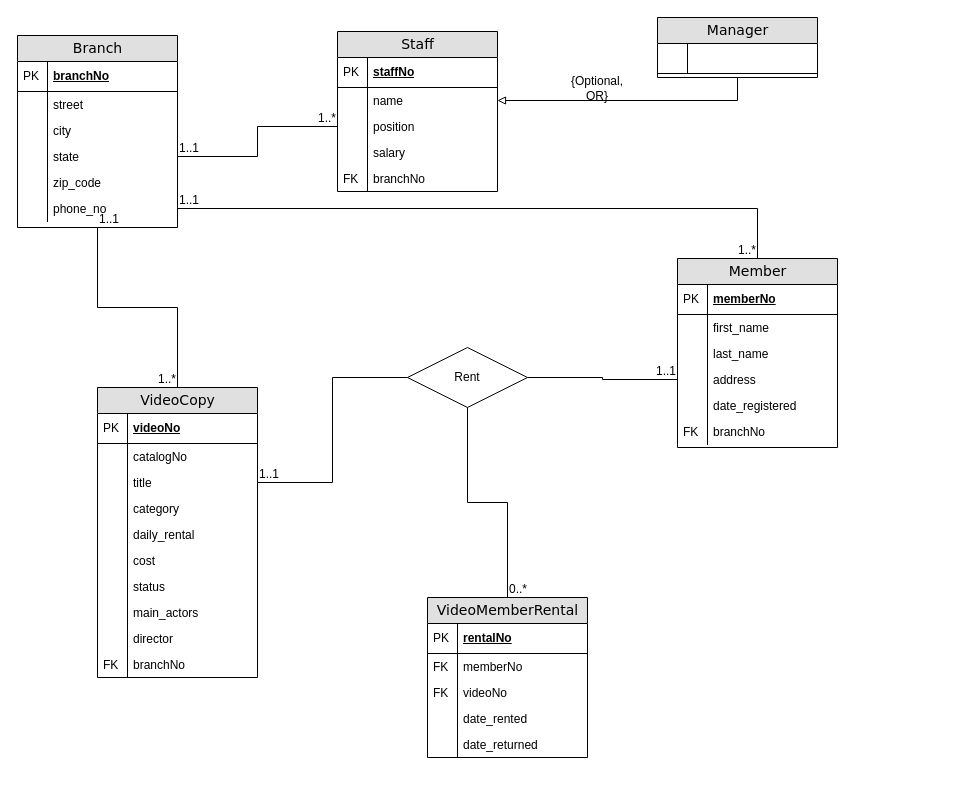
Before: 6623_phase1.drawio in jilv220/UMLs, a draw.io diagram. Source tidied: cells renumbered, new cells numbered last; positions are measured from the earlier drawing's top-left corner, leaving out a move shared by most shapes. Both pictures are drawn from the tidied source at 100%, with x=0, y=0 at pixel (17, 17).
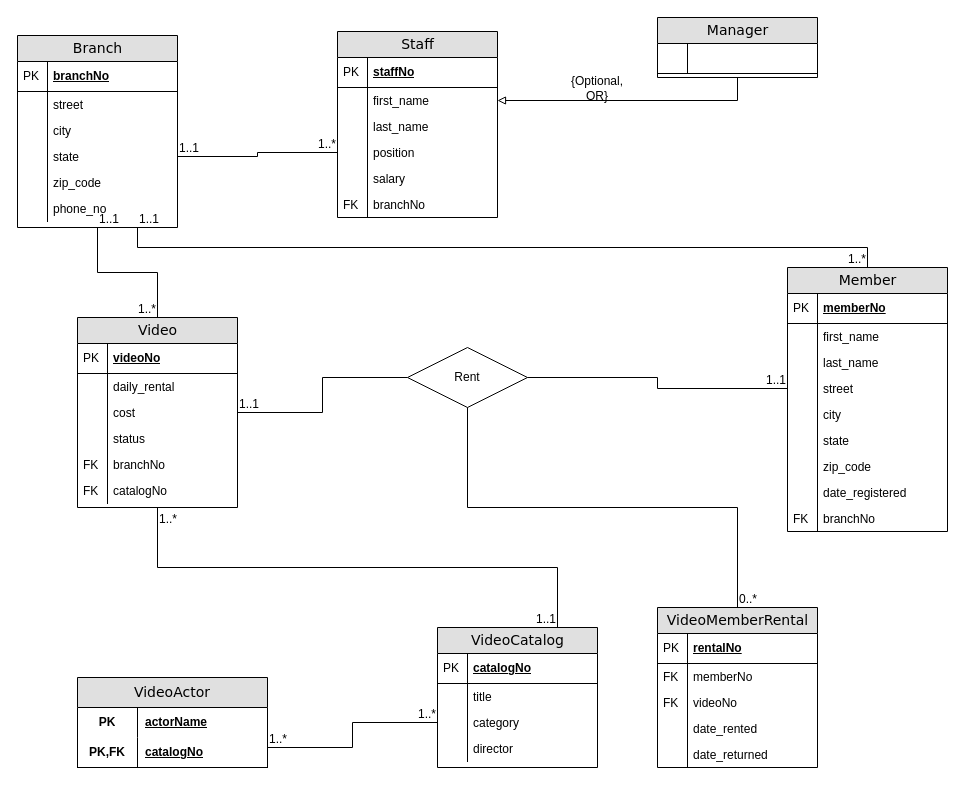
Above is the later version.

The change refers to these unchanged cells:
```xml
<mxCell id="2" value="Branch" style="swimlane;html=1;fontStyle=0;horizontal=1;startSize=26;fillColor=#e0e0e0;swimlaneFillColor=#ffffff;align=center;rounded=0;shadow=0;comic=0;labelBackgroundColor=none;strokeWidth=1;fontFamily=Verdana;fontSize=14;" parent="1" vertex="1">
  <mxGeometry y="18" width="160" height="192" as="geometry" />
</mxCell>
<mxCell id="13" value="phone_no" style="shape=partialRectangle;top=0;left=0;right=0;bottom=0;html=1;align=left;verticalAlign=top;fillColor=none;spacingLeft=34;spacingRight=4;whiteSpace=wrap;overflow=hidden;points=[[0,0.5],[1,0.5]];portConstraint=eastwest;" parent="2" vertex="1">
  <mxGeometry y="160" width="160" height="26" as="geometry" />
</mxCell>
<mxCell id="80" value="Rent" style="shape=rhombus;perimeter=rhombusPerimeter;whiteSpace=wrap;html=1;align=center;" parent="1" vertex="1">
  <mxGeometry x="390" y="330" width="120" height="60" as="geometry" />
</mxCell>
```

What changed in the source:
```diff
@@
     <mxCell id="15" value="Staff" style="swimlane;html=1;fontStyle=0;horizontal=1;startSize=26;fillColor=#e0e0e0;swimlaneFillColor=#ffffff;align=center;rounded=0;shadow=0;comic=0;labelBackgroundColor=none;strokeWidth=1;fontFamily=Verdana;fontSize=14;" parent="1" vertex="1">
-      <mxGeometry x="320" y="14" width="160" height="160" as="geometry" />
+      <mxGeometry x="320" y="14" width="160" height="186" as="geometry" />
     </mxCell>
@@
-    <mxCell id="18" value="name" style="shape=partialRectangle;top=0;left=0;right=0;bottom=0;html=1;align=left;verticalAlign=top;fillColor=none;spacingLeft=34;spacingRight=4;whiteSpace=wrap;overflow=hidden;points=[[0,0.5],[1,0.5]];portConstraint=eastwest;" parent="15" vertex="1">
+    <mxCell id="18" value="first_name" style="shape=partialRectangle;top=0;left=0;right=0;bottom=0;html=1;align=left;verticalAlign=top;fillColor=none;spacingLeft=34;spacingRight=4;whiteSpace=wrap;overflow=hidden;points=[[0,0.5],[1,0.5]];portConstraint=eastwest;" parent="15" vertex="1">
       <mxGeometry y="56" width="160" height="26" as="geometry" />
     </mxCell>
@@
+    <mxCell id="24" value="last_name" style="shape=partialRectangle;top=0;left=0;right=0;bottom=0;html=1;align=left;verticalAlign=top;fillColor=none;spacingLeft=34;spacingRight=4;whiteSpace=wrap;overflow=hidden;" parent="15" vertex="1">
+      <mxGeometry y="82" width="160" height="26" as="geometry" />
+    </mxCell>
+    <mxCell id="25" style="shape=partialRectangle;top=0;left=0;bottom=0;html=1;fillColor=none;align=left;verticalAlign=top;spacingLeft=4;spacingRight=4;whiteSpace=wrap;overflow=hidden;" parent="24" vertex="1">
+      <mxGeometry width="30" height="26" as="geometry" />
+    </mxCell>
     <mxCell id="20" value="position" style="shape=partialRectangle;top=0;left=0;right=0;bottom=0;html=1;align=left;verticalAlign=top;fillColor=none;spacingLeft=34;spacingRight=4;whiteSpace=wrap;overflow=hidden;points=[[0,0.5],[1,0.5]];portConstraint=eastwest;" parent="15" vertex="1">
-      <mxGeometry y="82" width="160" height="26" as="geometry" />
+      <mxGeometry y="108" width="160" height="26" as="geometry" />
     </mxCell>
@@
     <mxCell id="22" value="salary" style="shape=partialRectangle;top=0;left=0;right=0;bottom=0;html=1;align=left;verticalAlign=top;fillColor=none;spacingLeft=34;spacingRight=4;whiteSpace=wrap;overflow=hidden;" parent="15" vertex="1">
-      <mxGeometry y="108" width="160" height="26" as="geometry" />
+      <mxGeometry y="134" width="160" height="26" as="geometry" />
     </mxCell>
@@
-    <mxCell id="24" value="branchNo" style="shape=partialRectangle;top=0;left=0;right=0;bottom=0;html=1;align=left;verticalAlign=top;fillColor=none;spacingLeft=34;spacingRight=4;whiteSpace=wrap;overflow=hidden;" parent="15" vertex="1">
-      <mxGeometry y="134" width="160" height="26" as="geometry" />
-    </mxCell>
-    <mxCell id="25" value="FK" style="shape=partialRectangle;top=0;left=0;bottom=0;html=1;fillColor=none;align=left;verticalAlign=top;spacingLeft=4;spacingRight=4;whiteSpace=wrap;overflow=hidden;" parent="24" vertex="1">
-      <mxGeometry width="30" height="26" as="geometry" />
-    </mxCell>
+    <mxCell id="96" value="branchNo" style="shape=partialRectangle;top=0;left=0;right=0;bottom=0;html=1;align=left;verticalAlign=top;fillColor=none;spacingLeft=34;spacingRight=4;whiteSpace=wrap;overflow=hidden;" parent="15" vertex="1">
+      <mxGeometry y="160" width="160" height="26" as="geometry" />
+    </mxCell>
+    <mxCell id="97" value="FK" style="shape=partialRectangle;top=0;left=0;bottom=0;html=1;fillColor=none;align=left;verticalAlign=top;spacingLeft=4;spacingRight=4;whiteSpace=wrap;overflow=hidden;" parent="96" vertex="1">
+      <mxGeometry width="30" height="26" as="geometry" />
+    </mxCell>
@@
     <mxCell id="29" value="Member" style="swimlane;html=1;fontStyle=0;horizontal=1;startSize=26;fillColor=#e0e0e0;swimlaneFillColor=#ffffff;align=center;rounded=0;shadow=0;comic=0;labelBackgroundColor=none;strokeWidth=1;fontFamily=Verdana;fontSize=14;" parent="1" vertex="1">
-      <mxGeometry x="660" y="241" width="160" height="189" as="geometry" />
+      <mxGeometry x="770" y="250" width="160" height="264" as="geometry" />
     </mxCell>
@@
-    <mxCell id="36" value="address" style="shape=partialRectangle;top=0;left=0;right=0;bottom=0;html=1;align=left;verticalAlign=top;fillColor=none;spacingLeft=34;spacingRight=4;whiteSpace=wrap;overflow=hidden;points=[[0,0.5],[1,0.5]];portConstraint=eastwest;" parent="29" vertex="1">
+    <mxCell id="36" value="street" style="shape=partialRectangle;top=0;left=0;right=0;bottom=0;html=1;align=left;verticalAlign=top;fillColor=none;spacingLeft=34;spacingRight=4;whiteSpace=wrap;overflow=hidden;points=[[0,0.5],[1,0.5]];portConstraint=eastwest;" parent="29" vertex="1">
       <mxGeometry y="108" width="160" height="26" as="geometry" />
     </mxCell>
@@
+    <mxCell id="98" value="city" style="shape=partialRectangle;top=0;left=0;right=0;bottom=0;html=1;align=left;verticalAlign=top;fillColor=none;spacingLeft=34;spacingRight=4;whiteSpace=wrap;overflow=hidden;" parent="29" vertex="1">
+      <mxGeometry y="134" width="160" height="26" as="geometry" />
+    </mxCell>
+    <mxCell id="99" style="shape=partialRectangle;top=0;left=0;bottom=0;html=1;fillColor=none;align=left;verticalAlign=top;spacingLeft=4;spacingRight=4;whiteSpace=wrap;overflow=hidden;" parent="98" vertex="1">
+      <mxGeometry width="30" height="26" as="geometry" />
+    </mxCell>
+    <mxCell id="100" value="state" style="shape=partialRectangle;top=0;left=0;right=0;bottom=0;html=1;align=left;verticalAlign=top;fillColor=none;spacingLeft=34;spacingRight=4;whiteSpace=wrap;overflow=hidden;" parent="29" vertex="1">
+      <mxGeometry y="160" width="160" height="26" as="geometry" />
+    </mxCell>
+    <mxCell id="101" style="shape=partialRectangle;top=0;left=0;bottom=0;html=1;fillColor=none;align=left;verticalAlign=top;spacingLeft=4;spacingRight=4;whiteSpace=wrap;overflow=hidden;" parent="100" vertex="1">
+      <mxGeometry width="30" height="26" as="geometry" />
+    </mxCell>
+    <mxCell id="102" value="zip_code" style="shape=partialRectangle;top=0;left=0;right=0;bottom=0;html=1;align=left;verticalAlign=top;fillColor=none;spacingLeft=34;spacingRight=4;whiteSpace=wrap;overflow=hidden;" parent="29" vertex="1">
+      <mxGeometry y="186" width="160" height="26" as="geometry" />
+    </mxCell>
+    <mxCell id="103" style="shape=partialRectangle;top=0;left=0;bottom=0;html=1;fillColor=none;align=left;verticalAlign=top;spacingLeft=4;spacingRight=4;whiteSpace=wrap;overflow=hidden;" parent="102" vertex="1">
+      <mxGeometry width="30" height="26" as="geometry" />
+    </mxCell>
     <mxCell id="38" value="date_registered" style="shape=partialRectangle;top=0;left=0;right=0;bottom=0;html=1;align=left;verticalAlign=top;fillColor=none;spacingLeft=34;spacingRight=4;whiteSpace=wrap;overflow=hidden;" parent="29" vertex="1">
-      <mxGeometry y="134" width="160" height="26" as="geometry" />
+      <mxGeometry y="212" width="160" height="26" as="geometry" />
     </mxCell>
@@
     <mxCell id="40" value="branchNo" style="shape=partialRectangle;top=0;left=0;right=0;bottom=0;html=1;align=left;verticalAlign=top;fillColor=none;spacingLeft=34;spacingRight=4;whiteSpace=wrap;overflow=hidden;" parent="29" vertex="1">
-      <mxGeometry y="160" width="160" height="26" as="geometry" />
+      <mxGeometry y="238" width="160" height="26" as="geometry" />
     </mxCell>
@@
-    <mxCell id="42" style="endArrow=none;html=1;rounded=0;exitX=1;exitY=0.5;exitDx=0;exitDy=0;entryX=0.5;entryY=0;entryDx=0;entryDy=0;edgeStyle=orthogonalEdgeStyle;" parent="1" edge="1" source="13" target="29">
+    <mxCell id="42" style="endArrow=none;html=1;rounded=0;exitX=0.75;exitY=1;exitDx=0;exitDy=0;entryX=0.5;entryY=0;entryDx=0;entryDy=0;edgeStyle=orthogonalEdgeStyle;" parent="1" edge="1" source="2" target="29">
       <mxGeometry relative="1" as="geometry" />
     </mxCell>
@@
-    <mxCell id="45" value="VideoCopy" style="swimlane;html=1;fontStyle=0;horizontal=1;startSize=26;fillColor=#e0e0e0;swimlaneFillColor=#ffffff;align=center;rounded=0;shadow=0;comic=0;labelBackgroundColor=none;strokeWidth=1;fontFamily=Verdana;fontSize=14;" parent="1" vertex="1">
-      <mxGeometry x="80" y="370" width="160" height="290" as="geometry" />
+    <mxCell id="45" value="Video" style="swimlane;html=1;fontStyle=0;horizontal=1;startSize=26;fillColor=#e0e0e0;swimlaneFillColor=#ffffff;align=center;rounded=0;shadow=0;comic=0;labelBackgroundColor=none;strokeWidth=1;fontFamily=Verdana;fontSize=14;" parent="1" vertex="1">
+      <mxGeometry x="60" y="300" width="160" height="190" as="geometry" />
     </mxCell>
@@
-    <mxCell id="48" value="catalogNo" style="shape=partialRectangle;top=0;left=0;right=0;bottom=0;html=1;align=left;verticalAlign=top;fillColor=none;spacingLeft=34;spacingRight=4;whiteSpace=wrap;overflow=hidden;" parent="45" vertex="1">
-      <mxGeometry y="56" width="160" height="26" as="geometry" />
-    </mxCell>
-    <mxCell id="49" style="shape=partialRectangle;top=0;left=0;bottom=0;html=1;fillColor=none;align=left;verticalAlign=top;spacingLeft=4;spacingRight=4;whiteSpace=wrap;overflow=hidden;" parent="48" vertex="1">
-      <mxGeometry width="30" height="26" as="geometry" />
-    </mxCell>
-    <mxCell id="50" value="title" style="shape=partialRectangle;top=0;left=0;right=0;bottom=0;html=1;align=left;verticalAlign=top;fillColor=none;spacingLeft=34;spacingRight=4;whiteSpace=wrap;overflow=hidden;points=[[0,0.5],[1,0.5]];portConstraint=eastwest;" parent="45" vertex="1">
-      <mxGeometry y="82" width="160" height="26" as="geometry" />
-    </mxCell>
-    <mxCell id="51" style="shape=partialRectangle;top=0;left=0;bottom=0;html=1;fillColor=none;align=left;verticalAlign=top;spacingLeft=4;spacingRight=4;whiteSpace=wrap;overflow=hidden;" parent="50" vertex="1">
-      <mxGeometry width="30" height="26" as="geometry" />
-    </mxCell>
-    <mxCell id="52" value="category" style="shape=partialRectangle;top=0;left=0;right=0;bottom=0;html=1;align=left;verticalAlign=top;fillColor=none;spacingLeft=34;spacingRight=4;whiteSpace=wrap;overflow=hidden;points=[[0,0.5],[1,0.5]];portConstraint=eastwest;" parent="45" vertex="1">
-      <mxGeometry y="108" width="160" height="26" as="geometry" />
-    </mxCell>
-    <mxCell id="53" style="shape=partialRectangle;top=0;left=0;bottom=0;html=1;fillColor=none;align=left;verticalAlign=top;spacingLeft=4;spacingRight=4;whiteSpace=wrap;overflow=hidden;" parent="52" vertex="1">
-      <mxGeometry width="30" height="26" as="geometry" />
-    </mxCell>
     <mxCell id="54" value="daily_rental" style="shape=partialRectangle;top=0;left=0;right=0;bottom=0;html=1;align=left;verticalAlign=top;fillColor=none;spacingLeft=34;spacingRight=4;whiteSpace=wrap;overflow=hidden;" parent="45" vertex="1">
-      <mxGeometry y="134" width="160" height="26" as="geometry" />
+      <mxGeometry y="56" width="160" height="26" as="geometry" />
     </mxCell>
@@
     <mxCell id="56" value="cost" style="shape=partialRectangle;top=0;left=0;right=0;bottom=0;html=1;align=left;verticalAlign=top;fillColor=none;spacingLeft=34;spacingRight=4;whiteSpace=wrap;overflow=hidden;points=[[0,0.5],[1,0.5]];portConstraint=eastwest;" parent="45" vertex="1">
-      <mxGeometry y="160" width="160" height="26" as="geometry" />
+      <mxGeometry y="82" width="160" height="26" as="geometry" />
     </mxCell>
@@
     <mxCell id="58" value="status" style="shape=partialRectangle;top=0;left=0;right=0;bottom=0;html=1;align=left;verticalAlign=top;fillColor=none;spacingLeft=34;spacingRight=4;whiteSpace=wrap;overflow=hidden;" parent="45" vertex="1">
-      <mxGeometry y="186" width="160" height="26" as="geometry" />
+      <mxGeometry y="108" width="160" height="26" as="geometry" />
     </mxCell>
@@
-    <mxCell id="60" value="main_actors" style="shape=partialRectangle;top=0;left=0;right=0;bottom=0;html=1;align=left;verticalAlign=top;fillColor=none;spacingLeft=34;spacingRight=4;whiteSpace=wrap;overflow=hidden;" parent="45" vertex="1">
-      <mxGeometry y="212" width="160" height="26" as="geometry" />
-    </mxCell>
-    <mxCell id="61" style="shape=partialRectangle;top=0;left=0;bottom=0;html=1;fillColor=none;align=left;verticalAlign=top;spacingLeft=4;spacingRight=4;whiteSpace=wrap;overflow=hidden;" parent="60" vertex="1">
-      <mxGeometry width="30" height="26" as="geometry" />
-    </mxCell>
-    <mxCell id="62" value="director" style="shape=partialRectangle;top=0;left=0;right=0;bottom=0;html=1;align=left;verticalAlign=top;fillColor=none;spacingLeft=34;spacingRight=4;whiteSpace=wrap;overflow=hidden;" parent="45" vertex="1">
-      <mxGeometry y="238" width="160" height="26" as="geometry" />
-    </mxCell>
-    <mxCell id="63" style="shape=partialRectangle;top=0;left=0;bottom=0;html=1;fillColor=none;align=left;verticalAlign=top;spacingLeft=4;spacingRight=4;whiteSpace=wrap;overflow=hidden;" parent="62" vertex="1">
-      <mxGeometry width="30" height="26" as="geometry" />
-    </mxCell>
     <mxCell id="64" value="branchNo" style="shape=partialRectangle;top=0;left=0;right=0;bottom=0;html=1;align=left;verticalAlign=top;fillColor=none;spacingLeft=34;spacingRight=4;whiteSpace=wrap;overflow=hidden;" parent="45" vertex="1">
-      <mxGeometry y="264" width="160" height="26" as="geometry" />
+      <mxGeometry y="134" width="160" height="26" as="geometry" />
     </mxCell>
@@
+    <mxCell id="48" value="catalogNo" style="shape=partialRectangle;top=0;left=0;right=0;bottom=0;html=1;align=left;verticalAlign=top;fillColor=none;spacingLeft=34;spacingRight=4;whiteSpace=wrap;overflow=hidden;" parent="45" vertex="1">
+      <mxGeometry y="160" width="160" height="26" as="geometry" />
+    </mxCell>
+    <mxCell id="104" value="FK" style="shape=partialRectangle;top=0;left=0;bottom=0;html=1;fillColor=none;align=left;verticalAlign=top;spacingLeft=4;spacingRight=4;whiteSpace=wrap;overflow=hidden;" parent="48" vertex="1">
+      <mxGeometry width="30" height="26" as="geometry" />
+    </mxCell>
@@
     <mxCell id="69" value="VideoMemberRental" style="swimlane;html=1;fontStyle=0;horizontal=1;startSize=26;fillColor=#e0e0e0;swimlaneFillColor=#ffffff;align=center;rounded=0;shadow=0;comic=0;labelBackgroundColor=none;strokeWidth=1;fontFamily=Verdana;fontSize=14;" parent="1" vertex="1">
-      <mxGeometry x="410" y="580" width="160" height="160" as="geometry" />
+      <mxGeometry x="640" y="590" width="160" height="160" as="geometry" />
     </mxCell>
@@
-    <mxCell id="81" style="endArrow=none;html=1;rounded=0;entryX=0;entryY=0.5;entryDx=0;entryDy=0;edgeStyle=orthogonalEdgeStyle;exitX=1;exitY=0.5;exitDx=0;exitDy=0;" parent="1" edge="1" source="50" target="80">
+    <mxCell id="81" style="endArrow=none;html=1;rounded=0;entryX=0;entryY=0.5;entryDx=0;entryDy=0;edgeStyle=orthogonalEdgeStyle;exitX=1;exitY=0.5;exitDx=0;exitDy=0;" parent="1" edge="1" source="56" target="80">
       <mxGeometry relative="1" as="geometry" />
     </mxCell>
@@
+    <mxCell id="105" value="VideoCatalog" style="swimlane;html=1;fontStyle=0;horizontal=1;startSize=26;fillColor=#e0e0e0;swimlaneFillColor=#ffffff;align=center;rounded=0;shadow=0;comic=0;labelBackgroundColor=none;strokeWidth=1;fontFamily=Verdana;fontSize=14;" parent="1" vertex="1">
+      <mxGeometry x="420" y="610" width="160" height="140" as="geometry" />
+    </mxCell>
+    <mxCell id="106" value="catalogNo" style="shape=partialRectangle;top=0;left=0;right=0;bottom=1;html=1;align=left;verticalAlign=middle;fillColor=none;spacingLeft=34;spacingRight=4;whiteSpace=wrap;overflow=hidden;fontStyle=5;" parent="105" vertex="1">
+      <mxGeometry y="26" width="160" height="30" as="geometry" />
+    </mxCell>
+    <mxCell id="107" value="PK" style="shape=partialRectangle;top=0;left=0;bottom=0;html=1;fillColor=none;align=left;verticalAlign=middle;spacingLeft=4;spacingRight=4;whiteSpace=wrap;overflow=hidden;" parent="106" vertex="1">
+      <mxGeometry width="30" height="30" as="geometry" />
+    </mxCell>
+    <mxCell id="50" value="title" style="shape=partialRectangle;top=0;left=0;right=0;bottom=0;html=1;align=left;verticalAlign=top;fillColor=none;spacingLeft=34;spacingRight=4;whiteSpace=wrap;overflow=hidden;points=[[0,0.5],[1,0.5]];portConstraint=eastwest;" parent="105" vertex="1">
+      <mxGeometry y="56" width="160" height="26" as="geometry" />
+    </mxCell>
+    <mxCell id="108" style="shape=partialRectangle;top=0;left=0;bottom=0;html=1;fillColor=none;align=left;verticalAlign=top;spacingLeft=4;spacingRight=4;whiteSpace=wrap;overflow=hidden;" parent="50" vertex="1">
+      <mxGeometry width="30" height="26" as="geometry" />
+    </mxCell>
+    <mxCell id="52" value="category" style="shape=partialRectangle;top=0;left=0;right=0;bottom=0;html=1;align=left;verticalAlign=top;fillColor=none;spacingLeft=34;spacingRight=4;whiteSpace=wrap;overflow=hidden;points=[[0,0.5],[1,0.5]];portConstraint=eastwest;" parent="105" vertex="1">
+      <mxGeometry y="82" width="160" height="26" as="geometry" />
+    </mxCell>
+    <mxCell id="109" style="shape=partialRectangle;top=0;left=0;bottom=0;html=1;fillColor=none;align=left;verticalAlign=top;spacingLeft=4;spacingRight=4;whiteSpace=wrap;overflow=hidden;" parent="52" vertex="1">
+      <mxGeometry width="30" height="26" as="geometry" />
+    </mxCell>
+    <mxCell id="62" value="director" style="shape=partialRectangle;top=0;left=0;right=0;bottom=0;html=1;align=left;verticalAlign=top;fillColor=none;spacingLeft=34;spacingRight=4;whiteSpace=wrap;overflow=hidden;" parent="105" vertex="1">
+      <mxGeometry y="108" width="160" height="26" as="geometry" />
+    </mxCell>
+    <mxCell id="110" style="shape=partialRectangle;top=0;left=0;bottom=0;html=1;fillColor=none;align=left;verticalAlign=top;spacingLeft=4;spacingRight=4;whiteSpace=wrap;overflow=hidden;" parent="62" vertex="1">
+      <mxGeometry width="30" height="26" as="geometry" />
+    </mxCell>
+    <mxCell id="111" style="endArrow=none;html=1;rounded=0;entryX=0.75;entryY=0;entryDx=0;entryDy=0;edgeStyle=orthogonalEdgeStyle;exitX=0.5;exitY=1;exitDx=0;exitDy=0;" parent="1" edge="1" source="45" target="105">
+      <mxGeometry relative="1" as="geometry" />
+    </mxCell>
+    <mxCell id="112" value="1..*" style="html=1;whiteSpace=wrap;align=left;verticalAlign=bottom;" parent="111" vertex="1">
+      <mxGeometry x="-1" relative="1" as="geometry">
+        <mxPoint y="20" as="offset" />
+      </mxGeometry>
+    </mxCell>
+    <mxCell id="113" value="1..1" style="html=1;whiteSpace=wrap;align=right;verticalAlign=bottom;" parent="111" vertex="1">
+      <mxGeometry x="1" relative="1" as="geometry" />
+    </mxCell>
+    <mxCell id="114" value="VideoActor" style="shape=table;startSize=30;childLayout=tableLayout;rowLines=0;fontStyle=0;align=center;html=1;whiteSpace=wrap;fontFamily=Verdana;fontSize=14;swimlaneFillColor=#ffffff;fillColor=#e0e0e0;" parent="1" vertex="1">
+      <mxGeometry x="60" y="660" width="190" height="90" as="geometry" />
+    </mxCell>
+    <mxCell id="115" style="shape=tableRow;horizontal=0;startSize=0;swimlaneHead=0;swimlaneBody=0;fillColor=none;points=[[0,0.5],[1,0.5]];portConstraint=eastwest;top=0;left=0;right=0;bottom=0;html=1;" parent="114" vertex="1">
+      <mxGeometry y="30" width="190" height="30" as="geometry" />
+    </mxCell>
+    <mxCell id="116" value="PK" style="shape=partialRectangle;fillColor=none;top=0;left=0;bottom=0;right=0;fontStyle=1;overflow=hidden;html=1;whiteSpace=wrap;" parent="115" vertex="1">
+      <mxGeometry width="60" height="30" as="geometry" />
+    </mxCell>
+    <mxCell id="117" value="actorName" style="shape=partialRectangle;fillColor=none;top=0;left=0;bottom=0;right=0;align=left;spacingLeft=6;fontStyle=5;overflow=hidden;html=1;whiteSpace=wrap;" parent="115" vertex="1">
+      <mxGeometry x="60" width="130" height="30" as="geometry" />
+    </mxCell>
+    <mxCell id="118" style="shape=tableRow;horizontal=0;startSize=0;swimlaneHead=0;swimlaneBody=0;fillColor=none;top=0;left=0;right=0;bottom=1;html=1;" parent="114" vertex="1">
+      <mxGeometry y="60" width="190" height="30" as="geometry" />
+    </mxCell>
+    <mxCell id="119" value="PK,FK" style="shape=partialRectangle;fillColor=none;top=0;left=0;bottom=0;right=0;fontStyle=1;overflow=hidden;html=1;whiteSpace=wrap;" parent="118" vertex="1">
+      <mxGeometry width="60" height="30" as="geometry" />
+    </mxCell>
+    <mxCell id="120" value="catalogNo" style="shape=partialRectangle;fillColor=none;top=0;left=0;bottom=0;right=0;align=left;spacingLeft=6;fontStyle=5;overflow=hidden;html=1;whiteSpace=wrap;" parent="118" vertex="1">
+      <mxGeometry x="60" width="130" height="30" as="geometry" />
+    </mxCell>
+    <mxCell id="121" style="endArrow=none;html=1;rounded=0;entryX=0;entryY=0.5;entryDx=0;entryDy=0;edgeStyle=orthogonalEdgeStyle;exitX=1;exitY=1;exitDx=0;exitDy=0;exitPerimeter=0;" parent="1" edge="1" source="115" target="52">
+      <mxGeometry relative="1" as="geometry" />
+    </mxCell>
+    <mxCell id="122" value="1..*" style="html=1;whiteSpace=wrap;align=left;verticalAlign=bottom;" parent="121" vertex="1">
+      <mxGeometry x="-1" relative="1" as="geometry">
+        <mxPoint y="10" as="offset" />
+      </mxGeometry>
+    </mxCell>
+    <mxCell id="123" value="1..*" style="html=1;whiteSpace=wrap;align=right;verticalAlign=bottom;" parent="121" vertex="1">
+      <mxGeometry x="1" relative="1" as="geometry" />
+    </mxCell>
```
